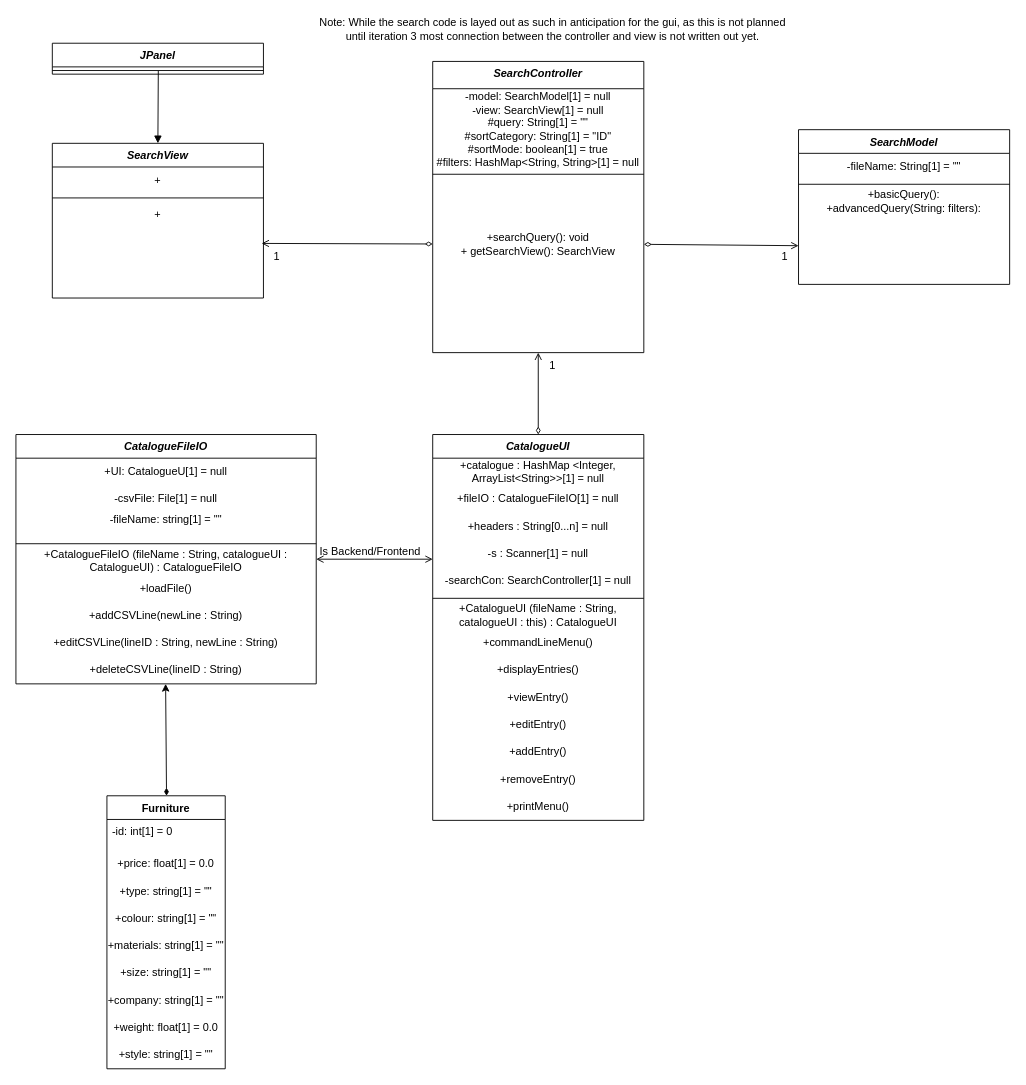
The draw.io diagram documents/Furniture Catalogue UML.drawio in djleamen/nanonest, before the edit. Source tidied: cells renumbered, new cells numbered last; positions are measured from the earlier drawing's top-left corner, leaving out a move shared by most shapes. Both pictures are drawn from the tidied source at 91%, with x=0, y=0 at pixel (15, 15).
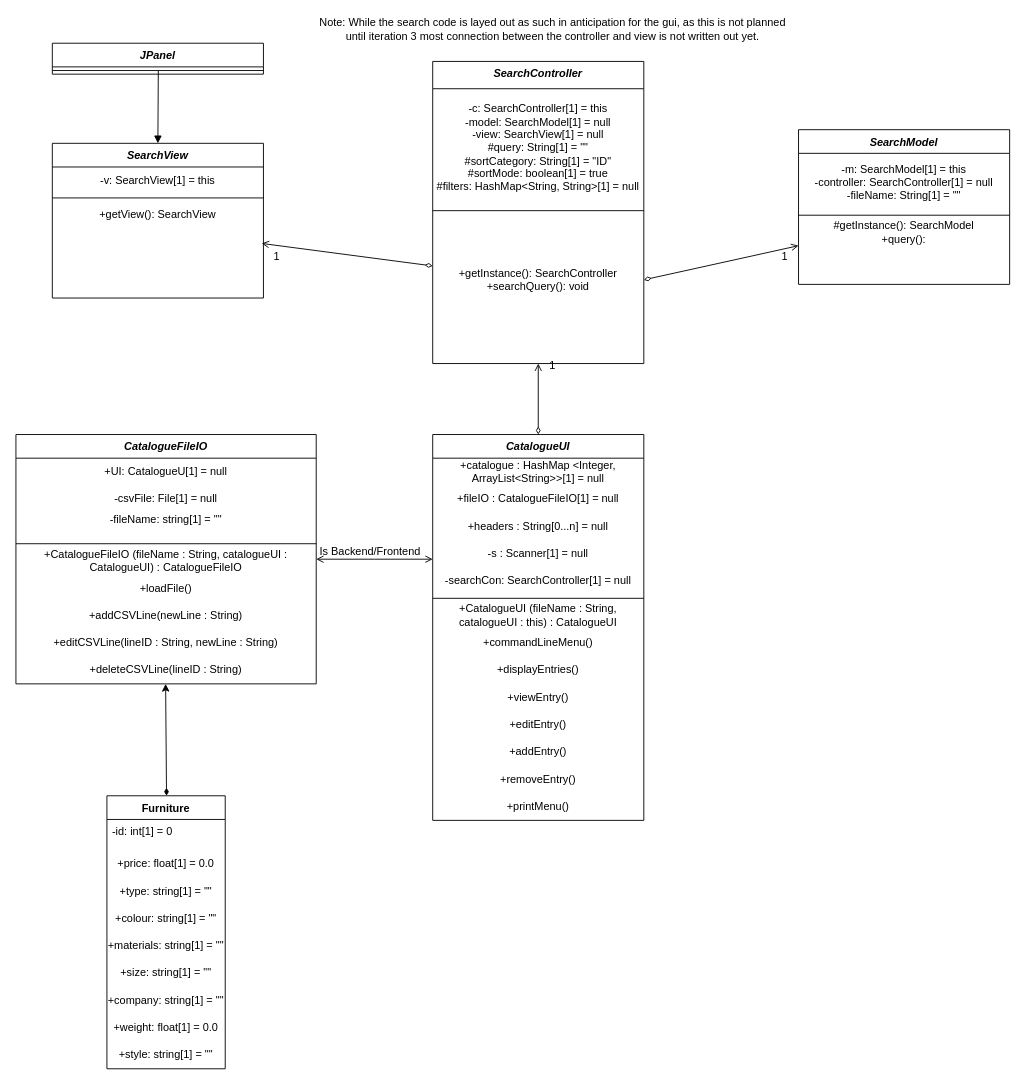
After the change.

Commit message (it also covers changes not shown here):
Updated UML diagram.

Unchanged cells that the change refers to:
```xml
<mxCell id="40" value="SearchView" style="swimlane;fontStyle=3;align=center;verticalAlign=top;horizontal=1;startSize=26;rounded=0;shadow=0;strokeWidth=1;" parent="1" vertex="1">
  <mxGeometry x="40" y="140" width="232" height="170" as="geometry" />
</mxCell>
<mxCell id="44" value="SearchModel" style="swimlane;fontStyle=3;align=center;verticalAlign=top;horizontal=1;startSize=26;rounded=0;shadow=0;strokeWidth=1;" parent="1" vertex="1">
  <mxGeometry x="860" y="125" width="232" height="170" as="geometry" />
</mxCell>
```

Diff of the diagram source:
```diff
@@
-    <mxCell id="41" value="+" style="text;html=1;align=center;verticalAlign=middle;whiteSpace=wrap;rounded=0;" parent="40" vertex="1">
+    <mxCell id="41" value="-v: SearchView[1] = this" style="text;html=1;align=center;verticalAlign=middle;whiteSpace=wrap;rounded=0;" parent="40" vertex="1">
       <mxGeometry y="26" width="232" height="30" as="geometry" />
     </mxCell>
@@
-    <mxCell id="43" value="+" style="text;html=1;align=center;verticalAlign=middle;whiteSpace=wrap;rounded=0;" parent="40" vertex="1">
+    <mxCell id="43" value="+getView(): SearchView" style="text;html=1;align=center;verticalAlign=middle;whiteSpace=wrap;rounded=0;" parent="40" vertex="1">
       <mxGeometry y="64" width="232" height="30" as="geometry" />
     </mxCell>
@@
-    <mxCell id="45" value="-fileName: String[1] = &quot;&quot;" style="text;html=1;align=center;verticalAlign=middle;whiteSpace=wrap;rounded=0;" parent="44" vertex="1">
-      <mxGeometry y="26" width="232" height="30" as="geometry" />
+    <mxCell id="45" value="&lt;div&gt;-m: SearchModel[1] = this&lt;/div&gt;&lt;div&gt;-controller: SearchController[1] = null&lt;/div&gt;-fileName: String[1] = &quot;&quot;" style="text;html=1;align=center;verticalAlign=middle;whiteSpace=wrap;rounded=0;" parent="44" vertex="1">
+      <mxGeometry y="26" width="232" height="64" as="geometry" />
     </mxCell>
     <mxCell id="46" style="line;html=1;strokeWidth=1;align=left;verticalAlign=middle;spacingTop=-1;spacingLeft=3;spacingRight=3;labelPosition=right;" parent="44" vertex="1">
-      <mxGeometry y="56" width="232" height="8" as="geometry" />
+      <mxGeometry y="90" width="232" height="8" as="geometry" />
     </mxCell>
-    <mxCell id="47" value="&lt;div&gt;+basicQuery():&lt;/div&gt;+advancedQuery(String: filters):" style="text;html=1;align=center;verticalAlign=middle;whiteSpace=wrap;rounded=0;" parent="44" vertex="1">
-      <mxGeometry y="64" width="232" height="30" as="geometry" />
+    <mxCell id="47" value="&lt;div&gt;#getInstance(): SearchModel&lt;/div&gt;&lt;div&gt;+query():&lt;/div&gt;" style="text;html=1;align=center;verticalAlign=middle;whiteSpace=wrap;rounded=0;" parent="44" vertex="1">
+      <mxGeometry y="98" width="232" height="30" as="geometry" />
     </mxCell>
     <mxCell id="48" value="SearchController" style="swimlane;fontStyle=3;align=center;verticalAlign=top;horizontal=1;startSize=30;rounded=0;shadow=0;strokeWidth=1;" parent="1" vertex="1">
-      <mxGeometry x="458" y="50" width="232" height="320" as="geometry" />
+      <mxGeometry x="458" y="50" width="232" height="332" as="geometry" />
     </mxCell>
-    <mxCell id="49" value="-model: SearchModel[1] = null&lt;div&gt;-view: SearchView[1] = null&lt;/div&gt;&lt;div&gt;#query: String[1] = &quot;&quot;&lt;/div&gt;&lt;div&gt;#sortCategory: String[1] = &quot;ID&quot;&lt;/div&gt;&lt;div&gt;#sortMode: boolean[1] = true&lt;/div&gt;&lt;div&gt;#filters: HashMap&amp;lt;String, String&amp;gt;[1] = null&lt;/div&gt;" style="text;html=1;align=center;verticalAlign=middle;whiteSpace=wrap;rounded=0;" parent="48" vertex="1">
-      <mxGeometry y="30" width="232" height="90" as="geometry" />
+    <mxCell id="49" value="&lt;div&gt;-c: SearchController[1] = this&lt;/div&gt;-model: SearchModel[1] = null&lt;div&gt;-view: SearchView[1] = null&lt;/div&gt;&lt;div&gt;#query: String[1] = &quot;&quot;&lt;/div&gt;&lt;div&gt;#sortCategory: String[1] = &quot;ID&quot;&lt;/div&gt;&lt;div&gt;#sortMode: boolean[1] = true&lt;/div&gt;&lt;div&gt;#filters: HashMap&amp;lt;String, String&amp;gt;[1] = null&lt;/div&gt;" style="text;html=1;align=center;verticalAlign=middle;whiteSpace=wrap;rounded=0;" parent="48" vertex="1">
+      <mxGeometry y="30" width="232" height="130" as="geometry" />
     </mxCell>
     <mxCell id="50" style="line;html=1;strokeWidth=1;align=left;verticalAlign=middle;spacingTop=-1;spacingLeft=3;spacingRight=3;labelPosition=right;" parent="48" vertex="1">
-      <mxGeometry y="120" width="232" height="8" as="geometry" />
+      <mxGeometry y="160" width="232" height="8" as="geometry" />
     </mxCell>
-    <mxCell id="51" value="+searchQuery(): void&lt;div&gt;+ getSearchView(): SearchView&lt;/div&gt;" style="text;html=1;align=center;verticalAlign=middle;whiteSpace=wrap;rounded=0;" parent="48" vertex="1">
-      <mxGeometry y="128" width="232" height="146" as="geometry" />
+    <mxCell id="51" value="&lt;div&gt;+getInstance(): SearchController&lt;/div&gt;+searchQuery(): void" style="text;html=1;align=center;verticalAlign=middle;whiteSpace=wrap;rounded=0;" parent="48" vertex="1">
+      <mxGeometry y="168" width="232" height="144" as="geometry" />
     </mxCell>
```
